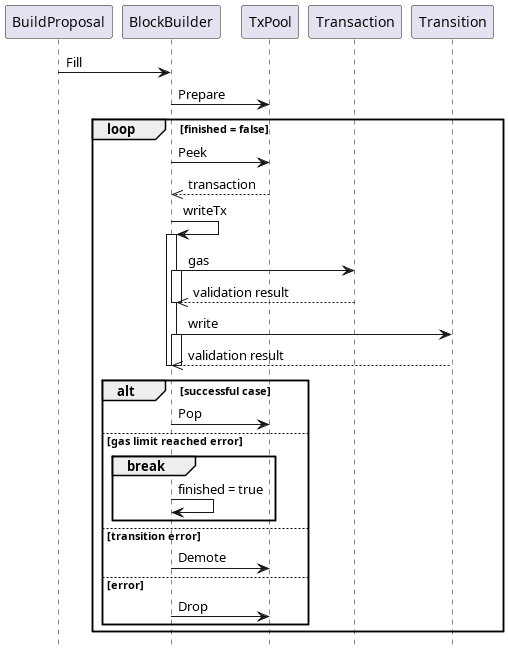
The PlantUML diagram gitbook/.gitbook/assets/txpool_block_creation_sequence.png in Ethernal-Tech/blade-legacy, before a commit. The source it was exported from:
```plantuml
@startuml
hide footbox

BuildProposal -> BlockBuilder: Fill
BlockBuilder -> TxPool: Prepare
    loop finished = false
        BlockBuilder -> TxPool: Peek
        BlockBuilder <<-- TxPool: transaction

        BlockBuilder -> BlockBuilder: writeTx
        activate BlockBuilder
        BlockBuilder -> Transaction: gas
        activate BlockBuilder
        BlockBuilder <<-- Transaction: validation result
        deactivate BlockBuilder
        BlockBuilder -> Transition: write
        activate BlockBuilder
        BlockBuilder <<-- Transition: validation result
        deactivate BlockBuilder
        deactivate BlockBuilder

        alt successful case

            BlockBuilder -> TxPool: Pop

        else gas limit reached error

            break
                BlockBuilder -> BlockBuilder : finished = true
            end


        else transition error

            BlockBuilder -> TxPool: Demote
        else error

            BlockBuilder -> TxPool: Drop
        end



    end



@enduml
```
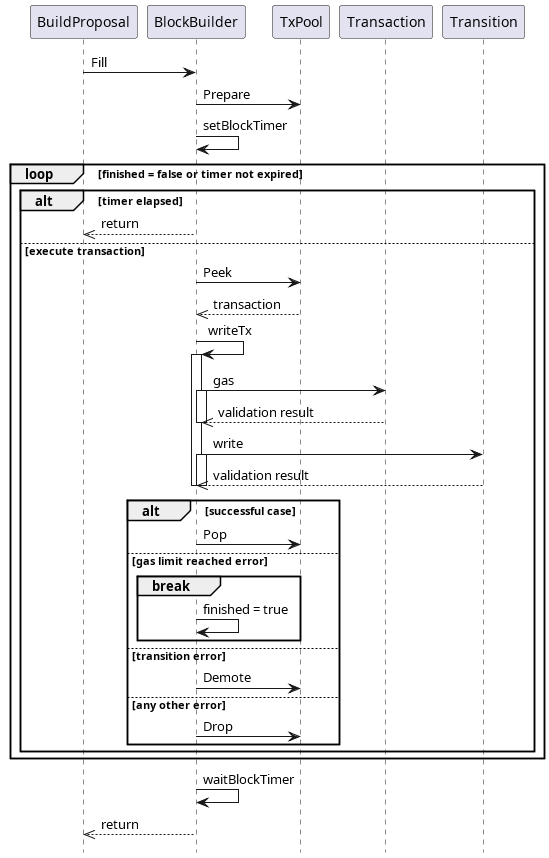
Later version of the same file.

Commit message:
GITBOOK-27: Block creation part II

The edit, as a diff of the source:
```diff
@@ -3,45 +3,41 @@
 
 BuildProposal -> BlockBuilder: Fill
 BlockBuilder -> TxPool: Prepare
-    loop finished = false
-        BlockBuilder -> TxPool: Peek
-        BlockBuilder <<-- TxPool: transaction
+BlockBuilder -> BlockBuilder: setBlockTimer
+    loop finished = false or timer not expired
 
-        BlockBuilder -> BlockBuilder: writeTx
-        activate BlockBuilder
-        BlockBuilder -> Transaction: gas
-        activate BlockBuilder
-        BlockBuilder <<-- Transaction: validation result
-        deactivate BlockBuilder
-        BlockBuilder -> Transition: write
-        activate BlockBuilder
-        BlockBuilder <<-- Transition: validation result
-        deactivate BlockBuilder
-        deactivate BlockBuilder
+        alt timer elapsed
+            BuildProposal <<-- BlockBuilder: return
+        else execute transaction
 
-        alt successful case
+            BlockBuilder -> TxPool: Peek
+            BlockBuilder <<-- TxPool: transaction
 
-            BlockBuilder -> TxPool: Pop
+            BlockBuilder -> BlockBuilder: writeTx
+            activate BlockBuilder
+            BlockBuilder -> Transaction: gas
+            activate BlockBuilder
+            BlockBuilder <<-- Transaction: validation result
+            deactivate BlockBuilder
+            BlockBuilder -> Transition: write
+            activate BlockBuilder
+            BlockBuilder <<-- Transition: validation result
+            deactivate BlockBuilder
+            deactivate BlockBuilder
 
-        else gas limit reached error
-
-            break
-                BlockBuilder -> BlockBuilder : finished = true
+            alt successful case
+                BlockBuilder -> TxPool: Pop
+            else gas limit reached error
+                break
+                    BlockBuilder -> BlockBuilder : finished = true
+                end
+            else transition error
+                BlockBuilder -> TxPool: Demote
+            else any other error
+                BlockBuilder -> TxPool: Drop
             end
-
-
-        else transition error
-
-            BlockBuilder -> TxPool: Demote
-        else error
-
-            BlockBuilder -> TxPool: Drop
         end
-
-
-
     end
-
-
-
+BlockBuilder -> BlockBuilder: waitBlockTimer
+BuildProposal <<-- BlockBuilder: return
 @enduml
```
